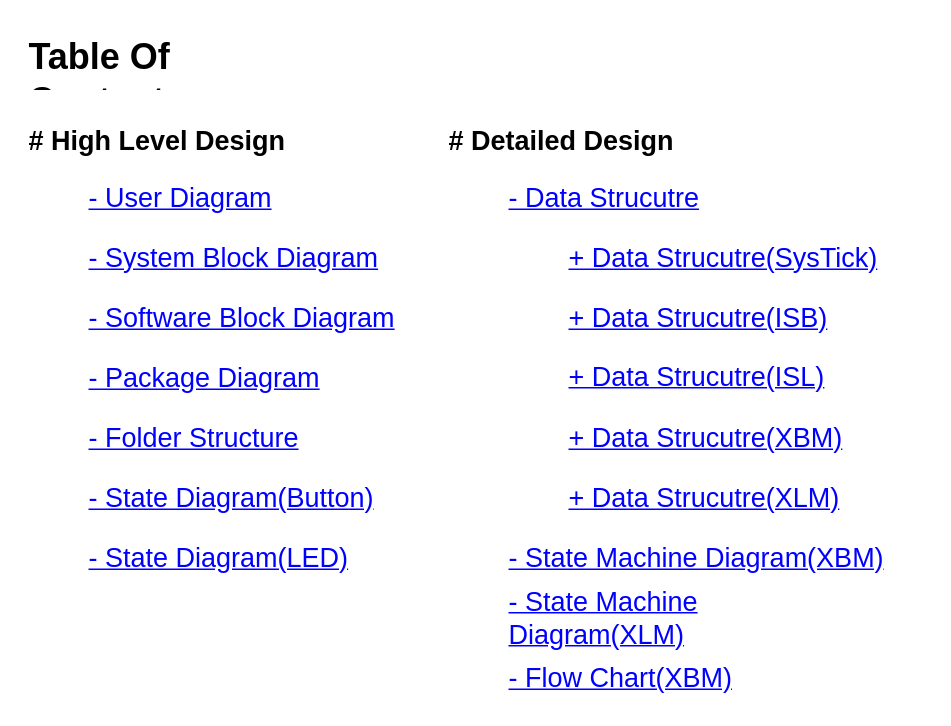
Earlier version of the draw.io diagram page "TOC" (1 of 19) of Document/GSL_Diagram.drawio (gtuja/GSL). Source tidied: cells renumbered, new cells numbered last; positions are measured from the earlier drawing's top-left corner, leaving out a move shared by most shapes. Both pictures are drawn from the tidied source at 150%, with x=0, y=0 at pixel (26, 26).
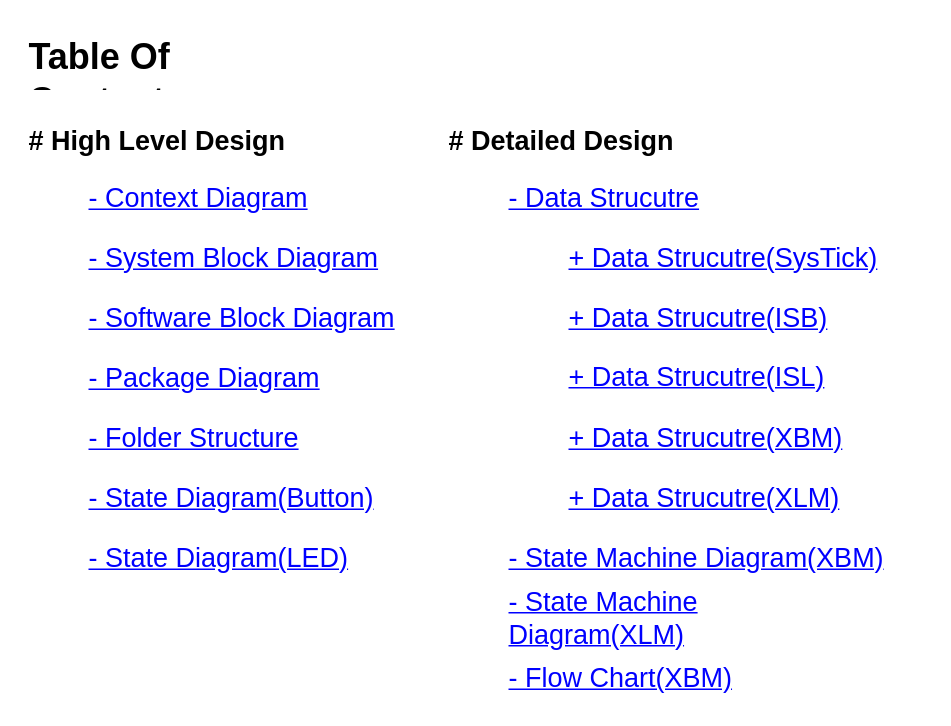
The same page after the edit.

The edit, as a diff of the source:
```diff
@@
-    <mxCell id="20" value="- User Diagram" style="text;html=1;align=left;verticalAlign=middle;whiteSpace=wrap;rounded=0;fontStyle=4;fontFamily=Calibri;fontSize=18;fontColor=#0000FF;" parent="1" vertex="1">
+    <mxCell id="20" value="- Context&lt;span style=&quot;background-color: initial;&quot;&gt;&amp;nbsp;Diagram&lt;/span&gt;" style="text;html=1;align=left;verticalAlign=middle;whiteSpace=wrap;rounded=0;fontStyle=4;fontFamily=Calibri;fontSize=18;fontColor=#0000FF;" parent="1" vertex="1">
       <mxGeometry x="40" y="100" width="240" height="30" as="geometry" />
     </mxCell>
```
